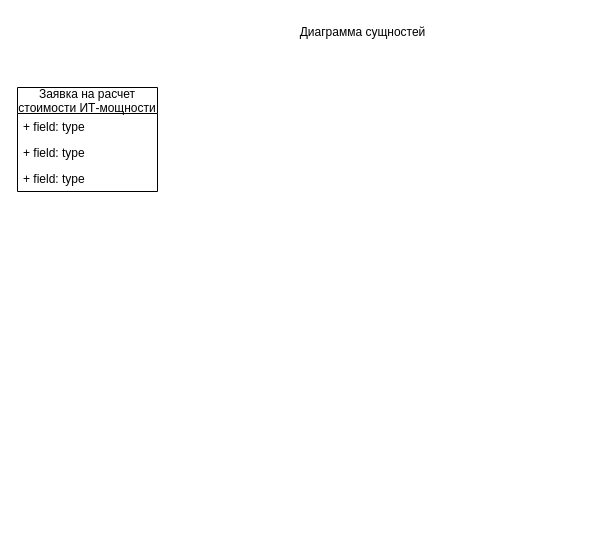
Tonop/X5 keeps this draw.io diagram as Class.drawio. Above is the earlier version. Source tidied: cells renumbered, new cells numbered last; positions are measured from the earlier drawing's top-left corner, leaving out a move shared by most shapes. Both pictures are drawn from the tidied source at 100%, with x=0, y=0 at pixel (17, 17).
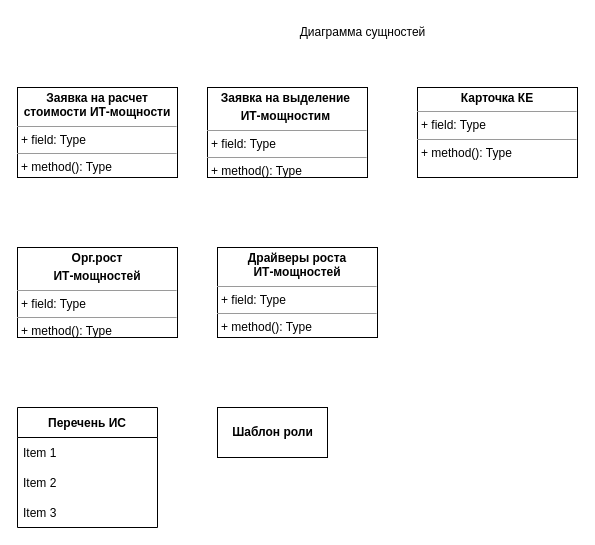
After the change.

Diff of the diagram source:
```diff
@@
 <mxGraphModel>
   <root>
     <mxCell id="0" />
     <mxCell id="1" parent="0" />
     <mxCell id="2" value="Диаграмма сущностей" style="text;html=1;align=center;verticalAlign=middle;fillColor=none;strokeColor=none;rounded=0;" parent="1" vertex="1">
       <mxGeometry x="270" width="150" height="30" as="geometry" />
     </mxCell>
-    <mxCell id="3" value="Заявка на расчет &#10;стоимости ИТ-мощности" style="swimlane;fontStyle=0;horizontal=1;startSize=26;fillColor=none;" parent="1" vertex="1">
-      <mxGeometry y="70" width="140" height="104" as="geometry" />
-    </mxCell>
-    <mxCell id="4" value="+ field: type" style="text;strokeColor=none;fillColor=none;align=left;verticalAlign=top;spacingLeft=4;spacingRight=4;overflow=hidden;" parent="3" vertex="1">
-      <mxGeometry y="26" width="140" height="26" as="geometry" />
-    </mxCell>
-    <mxCell id="5" value="+ field: type" style="text;strokeColor=none;fillColor=none;align=left;verticalAlign=top;spacingLeft=4;spacingRight=4;overflow=hidden;" parent="3" vertex="1">
-      <mxGeometry y="52" width="140" height="26" as="geometry" />
-    </mxCell>
-    <mxCell id="6" value="+ field: type" style="text;strokeColor=none;fillColor=none;align=left;verticalAlign=top;spacingLeft=4;spacingRight=4;overflow=hidden;" parent="3" vertex="1">
-      <mxGeometry y="78" width="140" height="26" as="geometry" />
-    </mxCell>
+    <mxCell id="7" value="&lt;p style=&quot;margin:0px;margin-top:4px;text-align:center;&quot;&gt;&lt;b&gt;Заявка на выделение&amp;nbsp;&lt;/b&gt;&lt;/p&gt;&lt;p style=&quot;margin:0px;margin-top:4px;text-align:center;&quot;&gt;&lt;b&gt;ИТ-мощностим&amp;nbsp;&lt;/b&gt;&lt;/p&gt;&lt;hr size=&quot;1&quot;&gt;&lt;p style=&quot;margin:0px;margin-left:4px;&quot;&gt;+ field: Type&lt;/p&gt;&lt;hr size=&quot;1&quot;&gt;&lt;p style=&quot;margin:0px;margin-left:4px;&quot;&gt;+ method(): Type&lt;/p&gt;" style="verticalAlign=top;align=left;overflow=fill;fontSize=12;fontFamily=Helvetica;html=1;" parent="1" vertex="1">
+      <mxGeometry x="190" y="70" width="160" height="90" as="geometry" />
+    </mxCell>
+    <mxCell id="8" value="&lt;p style=&quot;margin:0px;margin-top:4px;text-align:center;&quot;&gt;&lt;b&gt;Заявка на расчет&lt;br style=&quot;padding: 0px; margin: 0px;&quot;&gt;стоимости ИТ-мощности&lt;/b&gt;&lt;br&gt;&lt;/p&gt;&lt;hr size=&quot;1&quot;&gt;&lt;p style=&quot;margin:0px;margin-left:4px;&quot;&gt;+ field: Type&lt;/p&gt;&lt;hr size=&quot;1&quot;&gt;&lt;p style=&quot;margin:0px;margin-left:4px;&quot;&gt;+ method(): Type&lt;/p&gt;" style="verticalAlign=top;align=left;overflow=fill;fontSize=12;fontFamily=Helvetica;html=1;" parent="1" vertex="1">
+      <mxGeometry y="70" width="160" height="90" as="geometry" />
+    </mxCell>
+    <mxCell id="9" value="&lt;p style=&quot;margin:0px;margin-top:4px;text-align:center;&quot;&gt;&lt;b&gt;Карточка КЕ&lt;/b&gt;&lt;/p&gt;&lt;hr size=&quot;1&quot;&gt;&lt;p style=&quot;margin:0px;margin-left:4px;&quot;&gt;+ field: Type&lt;/p&gt;&lt;hr size=&quot;1&quot;&gt;&lt;p style=&quot;margin:0px;margin-left:4px;&quot;&gt;+ method(): Type&lt;/p&gt;" style="verticalAlign=top;align=left;overflow=fill;fontSize=12;fontFamily=Helvetica;html=1;" parent="1" vertex="1">
+      <mxGeometry x="400" y="70" width="160" height="90" as="geometry" />
+    </mxCell>
+    <mxCell id="10" value="&lt;p style=&quot;margin:0px;margin-top:4px;text-align:center;&quot;&gt;&lt;b&gt;Орг.рост&lt;/b&gt;&lt;/p&gt;&lt;p style=&quot;margin:0px;margin-top:4px;text-align:center;&quot;&gt;&lt;b&gt;ИТ-мощностей&lt;/b&gt;&lt;/p&gt;&lt;hr size=&quot;1&quot;&gt;&lt;p style=&quot;margin:0px;margin-left:4px;&quot;&gt;+ field: Type&lt;/p&gt;&lt;hr size=&quot;1&quot;&gt;&lt;p style=&quot;margin:0px;margin-left:4px;&quot;&gt;+ method(): Type&lt;/p&gt;" style="verticalAlign=top;align=left;overflow=fill;fontSize=12;fontFamily=Helvetica;html=1;" parent="1" vertex="1">
+      <mxGeometry y="230" width="160" height="90" as="geometry" />
+    </mxCell>
+    <mxCell id="11" value="&lt;p style=&quot;margin:0px;margin-top:4px;text-align:center;&quot;&gt;&lt;b&gt;Драйверы роста&lt;br&gt;ИТ-мощностей&lt;/b&gt;&lt;/p&gt;&lt;hr size=&quot;1&quot;&gt;&lt;p style=&quot;margin:0px;margin-left:4px;&quot;&gt;+ field: Type&lt;/p&gt;&lt;hr size=&quot;1&quot;&gt;&lt;p style=&quot;margin:0px;margin-left:4px;&quot;&gt;+ method(): Type&lt;/p&gt;" style="verticalAlign=top;align=left;overflow=fill;fontSize=12;fontFamily=Helvetica;html=1;" parent="1" vertex="1">
+      <mxGeometry x="200" y="230" width="160" height="90" as="geometry" />
+    </mxCell>
+    <mxCell id="12" value="Перечень ИС" style="swimlane;fontStyle=1;horizontal=1;startSize=30;" parent="1" vertex="1">
+      <mxGeometry y="390" width="140" height="120" as="geometry" />
+    </mxCell>
+    <mxCell id="13" value="Item 1" style="text;strokeColor=none;fillColor=none;align=left;verticalAlign=middle;spacingLeft=4;spacingRight=4;overflow=hidden;" parent="12" vertex="1">
+      <mxGeometry y="30" width="140" height="30" as="geometry" />
+    </mxCell>
+    <mxCell id="14" value="Item 2" style="text;strokeColor=none;fillColor=none;align=left;verticalAlign=middle;spacingLeft=4;spacingRight=4;overflow=hidden;" parent="12" vertex="1">
+      <mxGeometry y="60" width="140" height="30" as="geometry" />
+    </mxCell>
+    <mxCell id="15" value="Item 3" style="text;strokeColor=none;fillColor=none;align=left;verticalAlign=middle;spacingLeft=4;spacingRight=4;overflow=hidden;" parent="12" vertex="1">
+      <mxGeometry y="90" width="140" height="30" as="geometry" />
+    </mxCell>
+    <mxCell id="16" value="&lt;b&gt;Шаблон роли&lt;/b&gt;" style="html=1;" parent="1" vertex="1">
+      <mxGeometry x="200" y="390" width="110" height="50" as="geometry" />
+    </mxCell>
   </root>
 </mxGraphModel>
```
